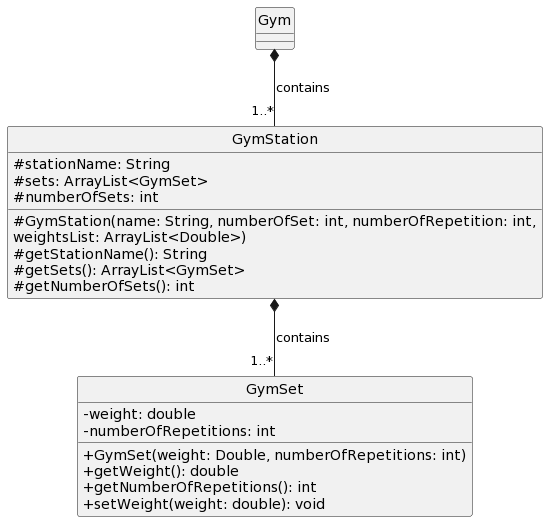
Before: docs/img/class_diagrams/gym_class_diagram.png, a diagram exported from PlantUML (rouvinerh/tp).
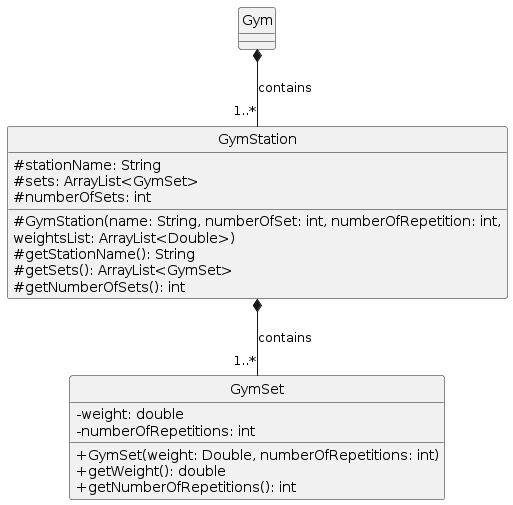
After the change.

Commit message:
remove unneeded method and update class diagram

Diff of the diagram source:
```diff
@@ -21,7 +21,6 @@
     + GymSet(weight: Double, numberOfRepetitions: int)
     + getWeight(): double
     + getNumberOfRepetitions(): int
-    + setWeight(weight: double): void
 }
 
 Gym *-- "1..*" GymStation: contains
```
